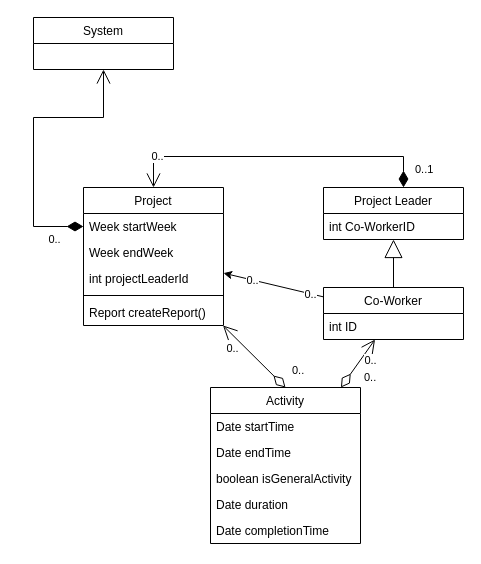
Buildasaurus/02161-Projekt keeps this draw.io diagram as Overordnet - klassediagram.drawio. Above is the earlier version. Source tidied: cells renumbered, new cells numbered last; positions are measured from the earlier drawing's top-left corner, leaving out a move shared by most shapes. Both pictures are drawn from the tidied source at 100%, with x=0, y=0 at pixel (33, 17).
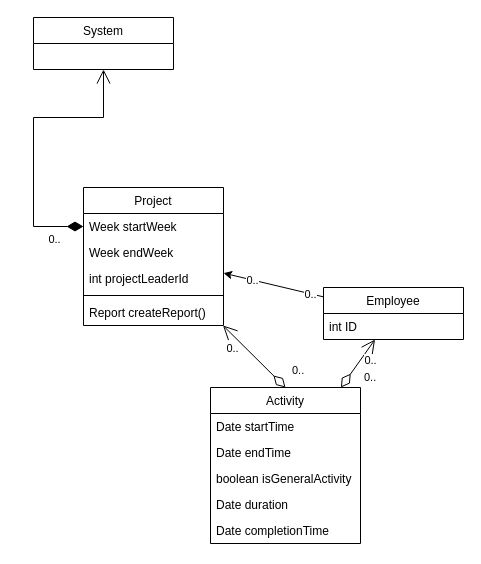
The same diagram, later.

Commit message (it also covers changes not shown here):
update class diagram

Unchanged cells that the change refers to:
```xml
<mxCell id="2" value="Project" style="swimlane;fontStyle=0;horizontal=1;startSize=26;fillColor=none;" parent="1" vertex="1">
  <mxGeometry x="50" y="170" width="140" height="138" as="geometry" />
</mxCell>
```

What changed in the source:
```diff
@@
-    <mxCell id="11" value="Project Leader" style="swimlane;fontStyle=0;horizontal=1;startSize=26;fillColor=none;" parent="1" vertex="1">
-      <mxGeometry x="290" y="170" width="140" height="52" as="geometry" />
-    </mxCell>
-    <mxCell id="12" value="0..1" style="endArrow=open;html=1;endSize=12;startArrow=diamondThin;startSize=14;startFill=1;align=left;verticalAlign=bottom;rounded=0;entryX=0.5;entryY=0;entryDx=0;entryDy=0;edgeStyle=orthogonalEdgeStyle;elbow=vertical;" parent="11" edge="1" target="2">
-      <mxGeometry x="-0.94" y="-10" relative="1" as="geometry">
-        <mxPoint x="80" as="sourcePoint" />
-        <Array as="points">
-          <mxPoint x="80" y="-31" />
-          <mxPoint x="-170" y="-31" />
-        </Array>
-      </mxGeometry>
-    </mxCell>
-    <mxCell id="13" value="0.." style="edgeLabel;html=1;align=center;verticalAlign=middle;" parent="12" vertex="1">
-      <mxGeometry x="0.78" y="-1" relative="1" as="geometry" />
-    </mxCell>
-    <mxCell id="14" value="int Co-WorkerID" style="text;strokeColor=none;fillColor=none;align=left;verticalAlign=top;spacingLeft=4;spacingRight=4;overflow=hidden;" parent="11" vertex="1">
-      <mxGeometry y="26" width="140" height="26" as="geometry" />
-    </mxCell>
@@
-    <mxCell id="21" value="Co-Worker" style="swimlane;fontStyle=0;horizontal=1;startSize=26;fillColor=none;" parent="1" vertex="1">
+    <mxCell id="21" value="Employee" style="swimlane;fontStyle=0;horizontal=1;startSize=26;fillColor=none;" parent="1" vertex="1">
       <mxGeometry x="290" y="270" width="140" height="52" as="geometry" />
     </mxCell>
@@
-    <mxCell id="30" style="endArrow=block;endSize=16;endFill=0;html=1;rounded=0;elbow=vertical;" parent="1" edge="1" source="21" target="11">
-      <mxGeometry relative="1" as="geometry" />
-    </mxCell>
```
